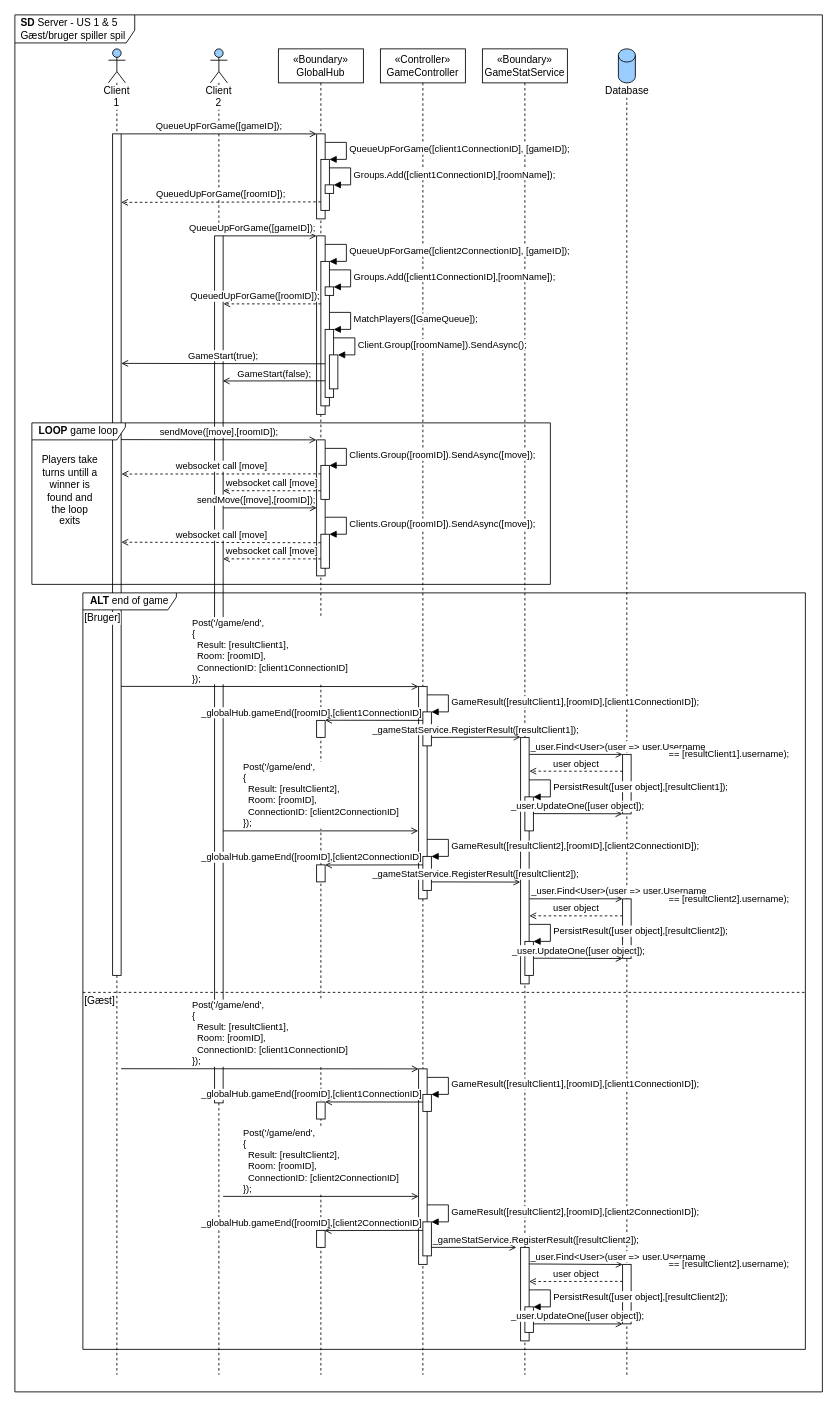
Before: page "SD-Server" (2 of 3) of diagrams/arkitektur/US1&5_spil.drawio in Macradon/I7BAC-PlugNPlay, a draw.io diagram. Source tidied: cells renumbered, new cells numbered last; positions are measured from the earlier drawing's top-left corner, leaving out a move shared by most shapes. Both pictures are drawn from the tidied source at 85%, with x=0, y=0 at pixel (14, 14).
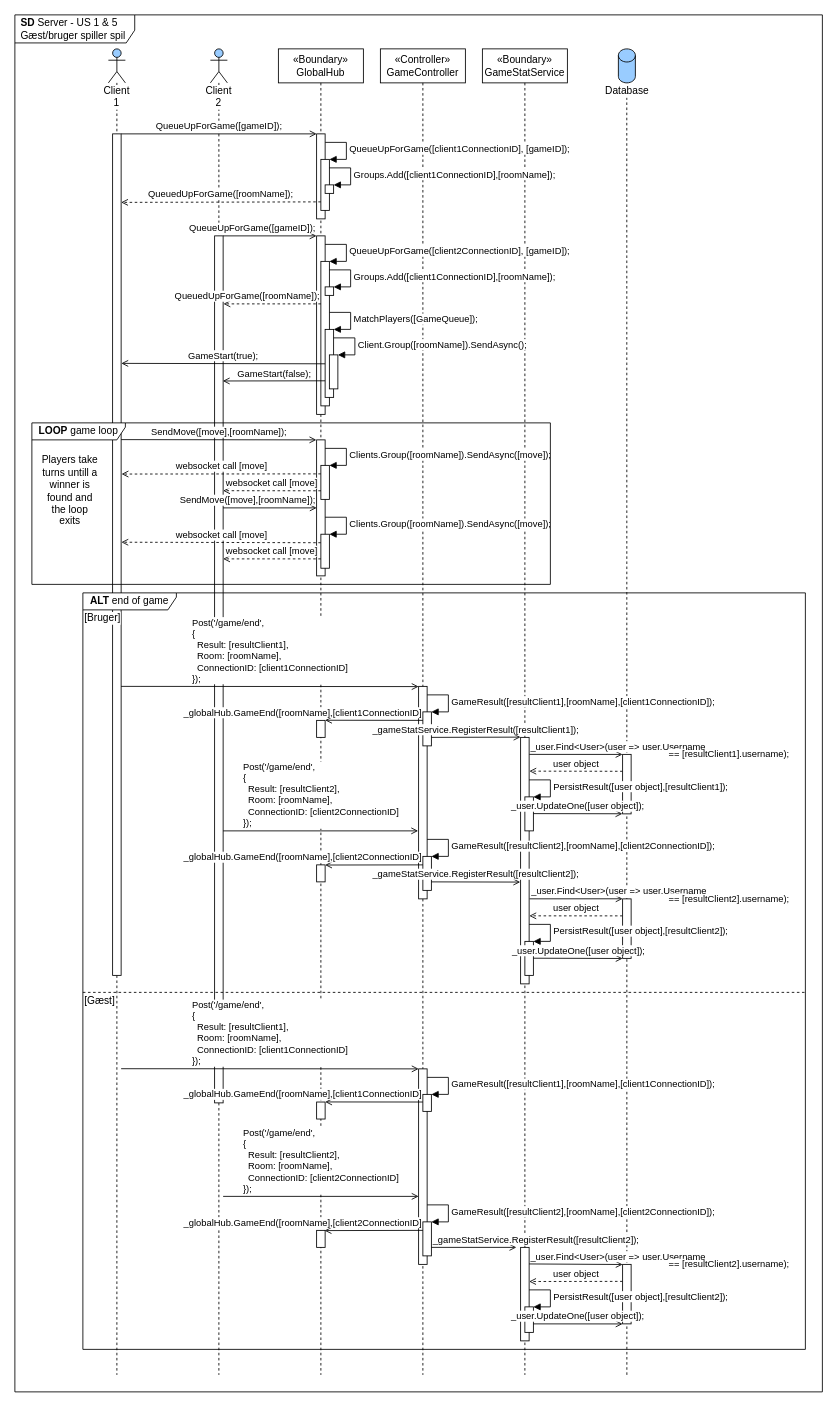
Above is the later version.

The change refers to these unchanged cells:
```xml
<mxCell id="29" style="html=1;points=[];perimeter=orthogonalPerimeter;align=left;" parent="1" vertex="1">
  <mxGeometry x="355" y="830" width="10" height="20" as="geometry" />
</mxCell>
<mxCell id="30" style="html=1;points=[];perimeter=orthogonalPerimeter;align=left;" parent="1" vertex="1">
  <mxGeometry x="355" y="1000" width="10" height="20" as="geometry" />
</mxCell>
<mxCell id="31" style="html=1;points=[];perimeter=orthogonalPerimeter;align=left;" parent="1" vertex="1">
  <mxGeometry x="355" y="1279" width="10" height="20" as="geometry" />
</mxCell>
<mxCell id="32" style="html=1;points=[];perimeter=orthogonalPerimeter;align=left;" parent="1" vertex="1">
  <mxGeometry x="355" y="1430" width="10" height="20" as="geometry" />
</mxCell>
<mxCell id="33" style="html=1;points=[];perimeter=orthogonalPerimeter;align=left;" parent="1" vertex="1">
  <mxGeometry x="475" y="790" width="10" height="250" as="geometry" />
</mxCell>
<mxCell id="47" style="html=1;points=[];perimeter=orthogonalPerimeter;" parent="1" vertex="1">
  <mxGeometry x="360" y="530" width="10" height="40" as="geometry" />
</mxCell>
<mxCell id="51" style="html=1;points=[];perimeter=orthogonalPerimeter;" parent="1" vertex="1">
  <mxGeometry x="360" y="611" width="10" height="40" as="geometry" />
</mxCell>
<mxCell id="57" style="html=1;points=[];perimeter=orthogonalPerimeter;" parent="1" vertex="1">
  <mxGeometry x="480" y="820" width="10" height="40" as="geometry" />
</mxCell>
<mxCell id="65" style="html=1;points=[];perimeter=orthogonalPerimeter;" parent="1" vertex="1">
  <mxGeometry x="480" y="990" width="10" height="40" as="geometry" />
</mxCell>
<mxCell id="74" style="html=1;points=[];perimeter=orthogonalPerimeter;align=left;" parent="1" vertex="1">
  <mxGeometry x="475" y="1240" width="10" height="230" as="geometry" />
</mxCell>
<mxCell id="75" style="html=1;points=[];perimeter=orthogonalPerimeter;" parent="1" vertex="1">
  <mxGeometry x="480" y="1270" width="10" height="20" as="geometry" />
</mxCell>
<mxCell id="79" style="html=1;points=[];perimeter=orthogonalPerimeter;" parent="1" vertex="1">
  <mxGeometry x="480" y="1420" width="10" height="40" as="geometry" />
</mxCell>
```

What changed in the source:
```diff
@@
-    <mxCell id="18" value="Clients.Group([roomID]).SendAsync([move]);" style="edgeStyle=orthogonalEdgeStyle;html=1;align=left;spacingLeft=2;endArrow=block;rounded=0;entryX=1;entryY=0;" parent="1" edge="1" target="47">
+    <mxCell id="18" value="Clients.Group([roomName]).SendAsync([move]);" style="edgeStyle=orthogonalEdgeStyle;html=1;align=left;spacingLeft=2;endArrow=block;rounded=0;entryX=1;entryY=0;" parent="1" edge="1" target="47">
       <mxGeometry relative="1" as="geometry">
         <mxPoint x="365" y="510" as="sourcePoint" />
         <Array as="points">
           <mxPoint x="390" y="510" />
         </Array>
       </mxGeometry>
     </mxCell>
-    <mxCell id="19" value="Clients.Group([roomID]).SendAsync([move]);" style="edgeStyle=orthogonalEdgeStyle;html=1;align=left;spacingLeft=2;endArrow=block;rounded=0;entryX=1;entryY=0;" parent="1" edge="1" target="51">
+    <mxCell id="19" value="Clients.Group([roomName]).SendAsync([move]);" style="edgeStyle=orthogonalEdgeStyle;html=1;align=left;spacingLeft=2;endArrow=block;rounded=0;entryX=1;entryY=0;" parent="1" edge="1" target="51">
       <mxGeometry relative="1" as="geometry">
         <mxPoint x="365" y="591" as="sourcePoint" />
         <Array as="points">
           <mxPoint x="390" y="591" />
         </Array>
       </mxGeometry>
     </mxCell>
@@
-    <mxCell id="38" value="QueuedUpForGame([roomID]);" style="html=1;verticalAlign=bottom;endArrow=open;endFill=0;dashed=1;entryX=0.997;entryY=0.041;entryDx=0;entryDy=0;entryPerimeter=0;" parent="1" edge="1">
+    <mxCell id="38" value="QueuedUpForGame([roomName]);" style="html=1;verticalAlign=bottom;endArrow=open;endFill=0;dashed=1;entryX=0.997;entryY=0.041;entryDx=0;entryDy=0;entryPerimeter=0;" parent="1" edge="1">
       <mxGeometry relative="1" as="geometry">
         <mxPoint x="360" y="220" as="sourcePoint" />
         <mxPoint x="125" y="220.6" as="targetPoint" />
       </mxGeometry>
     </mxCell>
@@
-    <mxCell id="43" value="QueuedUpForGame([roomID]);" style="html=1;verticalAlign=bottom;endArrow=open;endFill=0;dashed=1;entryX=1.038;entryY=0.037;entryDx=0;entryDy=0;entryPerimeter=0;align=right;" parent="1" edge="1">
+    <mxCell id="43" value="QueuedUpForGame([roomName]);" style="html=1;verticalAlign=bottom;endArrow=open;endFill=0;dashed=1;entryX=1.038;entryY=0.037;entryDx=0;entryDy=0;entryPerimeter=0;align=right;" parent="1" edge="1">
       <mxGeometry x="-1" relative="1" as="geometry">
         <mxPoint x="360" y="340" as="sourcePoint" />
         <mxPoint x="245.4" y="340" as="targetPoint" />
       </mxGeometry>
     </mxCell>
@@
-    <mxCell id="45" value="sendMove([move],[roomID]);" style="html=1;verticalAlign=bottom;endArrow=open;endFill=0;entryX=-0.032;entryY=0.6;entryDx=0;entryDy=0;entryPerimeter=0;" parent="1" edge="1">
+    <mxCell id="45" value="SendMove([move],[roomName]);" style="html=1;verticalAlign=bottom;endArrow=open;endFill=0;entryX=-0.032;entryY=0.6;entryDx=0;entryDy=0;entryPerimeter=0;" parent="1" edge="1">
       <mxGeometry relative="1" as="geometry">
         <mxPoint x="125" y="499.7" as="sourcePoint" />
         <mxPoint x="354.7" y="500" as="targetPoint" />
       </mxGeometry>
     </mxCell>
@@
-    <mxCell id="49" value="sendMove([move],[roomID]);" style="html=1;verticalAlign=bottom;endArrow=open;endFill=0;entryX=0.007;entryY=0.8;entryDx=0;entryDy=0;entryPerimeter=0;align=right;" parent="1" edge="1">
+    <mxCell id="49" value="SendMove([move],[roomName]);" style="html=1;verticalAlign=bottom;endArrow=open;endFill=0;entryX=0.007;entryY=0.8;entryDx=0;entryDy=0;entryPerimeter=0;align=right;" parent="1" edge="1">
       <mxGeometry x="1" relative="1" as="geometry">
         <mxPoint x="245" y="580" as="sourcePoint" />
         <mxPoint x="355.1" y="580" as="targetPoint" />
       </mxGeometry>
     </mxCell>
@@
-    <mxCell id="53" value="&lt;div style=&quot;text-align: left&quot;&gt;Post('/game/end',&lt;/div&gt;&lt;div style=&quot;text-align: left&quot;&gt;{&lt;/div&gt;&lt;div style=&quot;text-align: left&quot;&gt;&amp;nbsp; Result: [resultClient1],&lt;br&gt;&amp;nbsp; Room: [roomID],&lt;br&gt;&amp;nbsp; ConnectionID: [client1ConnectionID]&lt;br&gt;});&lt;/div&gt;" style="html=1;verticalAlign=bottom;endArrow=open;endFill=0;entryX=0;entryY=0.001;entryDx=0;entryDy=0;entryPerimeter=0;" parent="1" edge="1" target="33">
+    <mxCell id="53" value="&lt;div style=&quot;text-align: left&quot;&gt;Post('/game/end',&lt;/div&gt;&lt;div style=&quot;text-align: left&quot;&gt;{&lt;/div&gt;&lt;div style=&quot;text-align: left&quot;&gt;&amp;nbsp; Result: [resultClient1],&lt;br&gt;&amp;nbsp; Room: [roomName],&lt;br&gt;&amp;nbsp; ConnectionID: [client1ConnectionID]&lt;br&gt;});&lt;/div&gt;" style="html=1;verticalAlign=bottom;endArrow=open;endFill=0;entryX=0;entryY=0.001;entryDx=0;entryDy=0;entryPerimeter=0;" parent="1" edge="1" target="33">
       <mxGeometry relative="1" as="geometry">
         <mxPoint x="125" y="790" as="sourcePoint" />
       </mxGeometry>
     </mxCell>
@@
-    <mxCell id="56" value="GameResult([resultClient1],[roomID],[client1ConnectionID]);" style="edgeStyle=orthogonalEdgeStyle;html=1;align=left;spacingLeft=2;endArrow=block;rounded=0;entryX=1;entryY=0;" parent="1" edge="1" target="57">
+    <mxCell id="56" value="GameResult([resultClient1],[roomName],[client1ConnectionID]);" style="edgeStyle=orthogonalEdgeStyle;html=1;align=left;spacingLeft=2;endArrow=block;rounded=0;entryX=1;entryY=0;" parent="1" edge="1" target="57">
       <mxGeometry relative="1" as="geometry">
         <mxPoint x="485" y="800" as="sourcePoint" />
         <Array as="points">
           <mxPoint x="510" y="800" />
         </Array>
       </mxGeometry>
     </mxCell>
@@
-    <mxCell id="58" value="_globalHub.gameEnd([roomID],[client1ConnectionID]" style="html=1;verticalAlign=bottom;endArrow=open;endFill=0;entryX=0.997;entryY=-0.008;entryDx=0;entryDy=0;entryPerimeter=0;align=right;" parent="1" edge="1" target="29">
+    <mxCell id="58" value="_globalHub.GameEnd([roomName],[client1ConnectionID]" style="html=1;verticalAlign=bottom;endArrow=open;endFill=0;entryX=0.997;entryY=-0.008;entryDx=0;entryDy=0;entryPerimeter=0;align=right;" parent="1" edge="1" target="29">
       <mxGeometry x="-1" relative="1" as="geometry">
         <mxPoint x="480" y="830" as="sourcePoint" />
       </mxGeometry>
     </mxCell>
@@
-    <mxCell id="64" value="&lt;div style=&quot;text-align: left&quot;&gt;Post('/game/end',&lt;/div&gt;&lt;div style=&quot;text-align: left&quot;&gt;{&lt;/div&gt;&lt;div style=&quot;text-align: left&quot;&gt;&amp;nbsp; Result: [resultClient2],&lt;br&gt;&amp;nbsp; Room: [roomID],&lt;br&gt;&amp;nbsp; ConnectionID: [client2ConnectionID]&lt;br&gt;});&lt;/div&gt;" style="html=1;verticalAlign=bottom;endArrow=open;endFill=0;entryX=-0.057;entryY=0.68;entryDx=0;entryDy=0;entryPerimeter=0;" parent="1" edge="1" target="33">
+    <mxCell id="64" value="&lt;div style=&quot;text-align: left&quot;&gt;Post('/game/end',&lt;/div&gt;&lt;div style=&quot;text-align: left&quot;&gt;{&lt;/div&gt;&lt;div style=&quot;text-align: left&quot;&gt;&amp;nbsp; Result: [resultClient2],&lt;br&gt;&amp;nbsp; Room: [roomName],&lt;br&gt;&amp;nbsp; ConnectionID: [client2ConnectionID]&lt;br&gt;});&lt;/div&gt;" style="html=1;verticalAlign=bottom;endArrow=open;endFill=0;entryX=-0.057;entryY=0.68;entryDx=0;entryDy=0;entryPerimeter=0;" parent="1" edge="1" target="33">
       <mxGeometry relative="1" as="geometry">
         <mxPoint x="245" y="960" as="sourcePoint" />
       </mxGeometry>
     </mxCell>
@@
-    <mxCell id="66" value="GameResult([resultClient2],[roomID],[client2ConnectionID]);" style="edgeStyle=orthogonalEdgeStyle;html=1;align=left;spacingLeft=2;endArrow=block;rounded=0;entryX=1;entryY=0;" parent="1" edge="1" target="65">
+    <mxCell id="66" value="GameResult([resultClient2],[&lt;span style=&quot;text-align: right&quot;&gt;roomName&lt;/span&gt;],[client2ConnectionID]);" style="edgeStyle=orthogonalEdgeStyle;html=1;align=left;spacingLeft=2;endArrow=block;rounded=0;entryX=1;entryY=0;" parent="1" edge="1" target="65">
       <mxGeometry relative="1" as="geometry">
         <mxPoint x="485" y="970" as="sourcePoint" />
         <Array as="points">
           <mxPoint x="510" y="970" />
         </Array>
       </mxGeometry>
     </mxCell>
-    <mxCell id="67" value="_globalHub.gameEnd([roomID],[client2ConnectionID]" style="html=1;verticalAlign=bottom;endArrow=open;endFill=0;entryX=0.997;entryY=0.009;entryDx=0;entryDy=0;entryPerimeter=0;align=right;" parent="1" edge="1" target="30">
+    <mxCell id="67" value="_globalHub.GameEnd([roomName],[client2ConnectionID]" style="html=1;verticalAlign=bottom;endArrow=open;endFill=0;entryX=0.997;entryY=0.009;entryDx=0;entryDy=0;entryPerimeter=0;align=right;" parent="1" edge="1" target="30">
       <mxGeometry x="-1" relative="1" as="geometry">
         <mxPoint x="480" y="1000" as="sourcePoint" />
       </mxGeometry>
     </mxCell>
@@
-    <mxCell id="72" value="&lt;b&gt;LOOP&lt;/b&gt;&amp;nbsp;game loop" style="shape=umlFrame;whiteSpace=wrap;html=1;width=110;height=20;" parent="1" vertex="1">
-      <mxGeometry x="20" y="480" width="610" height="190" as="geometry" />
-    </mxCell>
-    <mxCell id="73" value="&lt;div style=&quot;text-align: left&quot;&gt;Post('/game/end',&lt;/div&gt;&lt;div style=&quot;text-align: left&quot;&gt;{&lt;/div&gt;&lt;div style=&quot;text-align: left&quot;&gt;&amp;nbsp; Result: [resultClient1],&lt;br&gt;&amp;nbsp; Room: [roomID],&lt;br&gt;&amp;nbsp; ConnectionID: [client1ConnectionID]&lt;br&gt;});&lt;/div&gt;" style="html=1;verticalAlign=bottom;endArrow=open;endFill=0;entryX=0.005;entryY=0;entryDx=0;entryDy=0;entryPerimeter=0;" parent="1" edge="1" target="74">
+    <mxCell id="73" value="&lt;div style=&quot;text-align: left&quot;&gt;Post('/game/end',&lt;/div&gt;&lt;div style=&quot;text-align: left&quot;&gt;{&lt;/div&gt;&lt;div style=&quot;text-align: left&quot;&gt;&amp;nbsp; Result: [resultClient1],&lt;br&gt;&amp;nbsp; Room: [roomName],&lt;br&gt;&amp;nbsp; ConnectionID: [client1ConnectionID]&lt;br&gt;});&lt;/div&gt;" style="html=1;verticalAlign=bottom;endArrow=open;endFill=0;entryX=0.005;entryY=0;entryDx=0;entryDy=0;entryPerimeter=0;" parent="1" edge="1" target="74">
       <mxGeometry relative="1" as="geometry">
         <mxPoint x="125" y="1239.8" as="sourcePoint" />
       </mxGeometry>
     </mxCell>
@@
-    <mxCell id="76" value="GameResult([resultClient1],[roomID],[client1ConnectionID]);" style="edgeStyle=orthogonalEdgeStyle;html=1;align=left;spacingLeft=2;endArrow=block;rounded=0;entryX=1;entryY=0;" parent="1" edge="1" target="75">
+    <mxCell id="76" value="GameResult([resultClient1],[&lt;span style=&quot;text-align: right&quot;&gt;roomName&lt;/span&gt;],[client1ConnectionID]);" style="edgeStyle=orthogonalEdgeStyle;html=1;align=left;spacingLeft=2;endArrow=block;rounded=0;entryX=1;entryY=0;" parent="1" edge="1" target="75">
       <mxGeometry relative="1" as="geometry">
         <mxPoint x="485" y="1250" as="sourcePoint" />
         <Array as="points">
           <mxPoint x="510" y="1250" />
         </Array>
       </mxGeometry>
     </mxCell>
-    <mxCell id="77" value="_globalHub.gameEnd([roomID],[client1ConnectionID]" style="html=1;verticalAlign=bottom;endArrow=open;endFill=0;align=right;entryX=1.003;entryY=-0.005;entryDx=0;entryDy=0;entryPerimeter=0;" parent="1" edge="1" target="31">
+    <mxCell id="77" value="_globalHub.GameEnd([roomName],[client1ConnectionID]" style="html=1;verticalAlign=bottom;endArrow=open;endFill=0;align=right;entryX=1.003;entryY=-0.005;entryDx=0;entryDy=0;entryPerimeter=0;" parent="1" edge="1" target="31">
       <mxGeometry x="-1" relative="1" as="geometry">
         <mxPoint x="480" y="1279" as="sourcePoint" />
       </mxGeometry>
     </mxCell>
-    <mxCell id="78" value="&lt;div style=&quot;text-align: left&quot;&gt;Post('/game/end',&lt;/div&gt;&lt;div style=&quot;text-align: left&quot;&gt;{&lt;/div&gt;&lt;div style=&quot;text-align: left&quot;&gt;&amp;nbsp; Result: [resultClient2],&lt;br&gt;&amp;nbsp; Room: [roomID],&lt;br&gt;&amp;nbsp; ConnectionID: [client2ConnectionID]&lt;br&gt;});&lt;/div&gt;" style="html=1;verticalAlign=bottom;endArrow=open;endFill=0;" parent="1" edge="1" target="74">
+    <mxCell id="78" value="&lt;div style=&quot;text-align: left&quot;&gt;Post('/game/end',&lt;/div&gt;&lt;div style=&quot;text-align: left&quot;&gt;{&lt;/div&gt;&lt;div style=&quot;text-align: left&quot;&gt;&amp;nbsp; Result: [resultClient2],&lt;br&gt;&amp;nbsp; Room: [roomName],&lt;br&gt;&amp;nbsp; ConnectionID: [client2ConnectionID]&lt;br&gt;});&lt;/div&gt;" style="html=1;verticalAlign=bottom;endArrow=open;endFill=0;" parent="1" edge="1" target="74">
       <mxGeometry relative="1" as="geometry">
         <mxPoint x="245" y="1390" as="sourcePoint" />
       </mxGeometry>
     </mxCell>
@@
-    <mxCell id="80" value="GameResult([resultClient2],[roomID],[client2ConnectionID]);" style="edgeStyle=orthogonalEdgeStyle;html=1;align=left;spacingLeft=2;endArrow=block;rounded=0;entryX=1;entryY=0;" parent="1" edge="1" target="79">
+    <mxCell id="80" value="GameResult([resultClient2],[&lt;span style=&quot;text-align: right&quot;&gt;roomName&lt;/span&gt;],[client2ConnectionID]);" style="edgeStyle=orthogonalEdgeStyle;html=1;align=left;spacingLeft=2;endArrow=block;rounded=0;entryX=1;entryY=0;" parent="1" edge="1" target="79">
       <mxGeometry relative="1" as="geometry">
         <mxPoint x="485" y="1400" as="sourcePoint" />
         <Array as="points">
           <mxPoint x="510" y="1400" />
         </Array>
       </mxGeometry>
     </mxCell>
-    <mxCell id="81" value="_globalHub.gameEnd([roomID],[client2ConnectionID]" style="html=1;verticalAlign=bottom;endArrow=open;endFill=0;align=right;entryX=0.935;entryY=0.012;entryDx=0;entryDy=0;entryPerimeter=0;" parent="1" edge="1" target="32">
+    <mxCell id="81" value="_globalHub.GameEnd([roomName],[client2ConnectionID]" style="html=1;verticalAlign=bottom;endArrow=open;endFill=0;align=right;entryX=0.935;entryY=0.012;entryDx=0;entryDy=0;entryPerimeter=0;" parent="1" edge="1" target="32">
       <mxGeometry x="-1" relative="1" as="geometry">
         <mxPoint x="480" y="1430" as="sourcePoint" />
       </mxGeometry>
     </mxCell>
@@
-    <mxCell id="91" value="&lt;b&gt;ALT&lt;/b&gt;&amp;nbsp;end of game" style="shape=umlFrame;whiteSpace=wrap;html=1;width=110;height=20;" parent="1" vertex="1">
-      <mxGeometry x="80" y="680" width="850" height="890" as="geometry" />
-    </mxCell>
@@
+    <mxCell id="91" value="&lt;b&gt;ALT&lt;/b&gt;&amp;nbsp;end of game" style="shape=umlFrame;whiteSpace=wrap;html=1;width=110;height=20;" parent="1" vertex="1">
+      <mxGeometry x="80" y="680" width="850" height="890" as="geometry" />
+    </mxCell>
+    <mxCell id="72" value="&lt;b&gt;LOOP&lt;/b&gt;&amp;nbsp;game loop" style="shape=umlFrame;whiteSpace=wrap;html=1;width=110;height=20;" parent="1" vertex="1">
+      <mxGeometry x="20" y="480" width="610" height="190" as="geometry" />
+    </mxCell>
```
